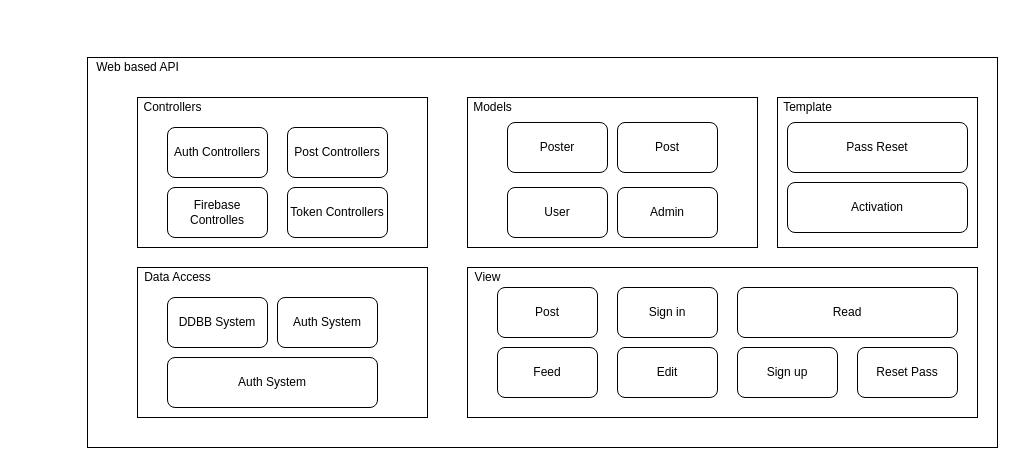
Above: Decomposition Style Web based API in layers.drawio in LuisG57/job_system (draw.io), before the change. Source tidied: cells renumbered, new cells numbered last; positions are measured from the earlier drawing's top-left corner, leaving out a move shared by most shapes. Both pictures are drawn from the tidied source at 100%, with x=0, y=0 at pixel (87, 57).
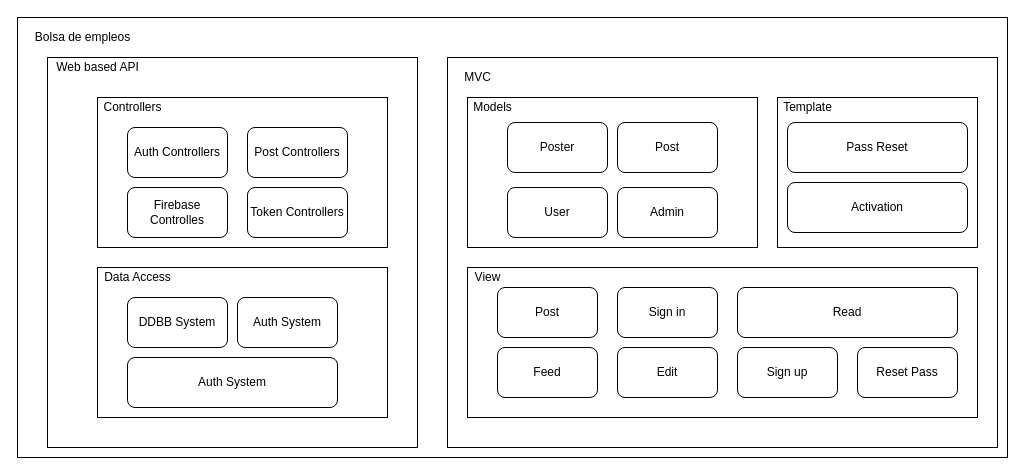
The same page after the edit.

The edit, as a diff of the source:
```diff
@@
+    <mxCell id="34" style="rounded=0;whiteSpace=wrap;html=1;" parent="1" vertex="1">
+      <mxGeometry x="-70" y="-40" width="990" height="440" as="geometry" />
+    </mxCell>
+    <mxCell id="35" style="rounded=0;whiteSpace=wrap;html=1;" parent="1" vertex="1">
+      <mxGeometry x="360" width="550" height="390" as="geometry" />
+    </mxCell>
     <mxCell id="2" style="rounded=0;whiteSpace=wrap;html=1;" parent="1" vertex="1">
-      <mxGeometry width="910" height="390" as="geometry" />
+      <mxGeometry x="-40" width="370" height="390" as="geometry" />
     </mxCell>
     <mxCell id="3" style="rounded=0;whiteSpace=wrap;html=1;" parent="1" vertex="1">
-      <mxGeometry x="50" y="40" width="290" height="150" as="geometry" />
+      <mxGeometry x="10" y="40" width="290" height="150" as="geometry" />
     </mxCell>
@@
     <mxCell id="5" style="rounded=0;whiteSpace=wrap;html=1;" parent="1" vertex="1">
-      <mxGeometry x="50" y="210" width="290" height="150" as="geometry" />
+      <mxGeometry x="10" y="210" width="290" height="150" as="geometry" />
     </mxCell>
     <mxCell id="6" value="Firebase Controlles" style="rounded=1;whiteSpace=wrap;html=1;" parent="1" vertex="1">
-      <mxGeometry x="80" y="130" width="100" height="50" as="geometry" />
+      <mxGeometry x="40" y="130" width="100" height="50" as="geometry" />
     </mxCell>
@@
     <mxCell id="9" value="Controllers" style="text;html=1;align=center;verticalAlign=middle;strokeColor=none;" parent="1" vertex="1">
-      <mxGeometry x="50" y="40" width="70" height="20" as="geometry" />
+      <mxGeometry x="10" y="40" width="70" height="20" as="geometry" />
     </mxCell>
     <mxCell id="10" value="Data Access" style="text;html=1;align=center;verticalAlign=middle;strokeColor=none;" parent="1" vertex="1">
-      <mxGeometry x="50" y="210" width="80" height="20" as="geometry" />
+      <mxGeometry x="10" y="210" width="80" height="20" as="geometry" />
     </mxCell>
     <mxCell id="11" value="Web based API" style="text;html=1;align=center;verticalAlign=middle;strokeColor=none;" parent="1" vertex="1">
-      <mxGeometry width="100" height="20" as="geometry" />
+      <mxGeometry x="-40" width="100" height="20" as="geometry" />
     </mxCell>
@@
     <mxCell id="28" value="DDBB System" style="rounded=1;whiteSpace=wrap;html=1;" parent="1" vertex="1">
-      <mxGeometry x="80" y="240" width="100" height="50" as="geometry" />
+      <mxGeometry x="40" y="240" width="100" height="50" as="geometry" />
     </mxCell>
     <mxCell id="29" value="Auth System" style="rounded=1;whiteSpace=wrap;html=1;" parent="1" vertex="1">
-      <mxGeometry x="80" y="300" width="210" height="50" as="geometry" />
+      <mxGeometry x="40" y="300" width="210" height="50" as="geometry" />
     </mxCell>
     <mxCell id="30" value="Auth System" style="rounded=1;whiteSpace=wrap;html=1;" parent="1" vertex="1">
-      <mxGeometry x="190" y="240" width="100" height="50" as="geometry" />
+      <mxGeometry x="150" y="240" width="100" height="50" as="geometry" />
     </mxCell>
     <mxCell id="31" value="Auth Controllers" style="rounded=1;whiteSpace=wrap;html=1;" parent="1" vertex="1">
-      <mxGeometry x="80" y="70" width="100" height="50" as="geometry" />
+      <mxGeometry x="40" y="70" width="100" height="50" as="geometry" />
     </mxCell>
     <mxCell id="32" value="Token Controllers" style="rounded=1;whiteSpace=wrap;html=1;" parent="1" vertex="1">
-      <mxGeometry x="200" y="130" width="100" height="50" as="geometry" />
+      <mxGeometry x="160" y="130" width="100" height="50" as="geometry" />
     </mxCell>
     <mxCell id="33" value="Post Controllers" style="rounded=1;whiteSpace=wrap;html=1;" parent="1" vertex="1">
-      <mxGeometry x="200" y="70" width="100" height="50" as="geometry" />
+      <mxGeometry x="160" y="70" width="100" height="50" as="geometry" />
     </mxCell>
+    <mxCell id="36" value="MVC" style="text;html=1;align=center;verticalAlign=middle;strokeColor=none;" parent="1" vertex="1">
+      <mxGeometry x="370" y="10" width="40" height="20" as="geometry" />
+    </mxCell>
+    <mxCell id="37" value="Bolsa de empleos" style="text;html=1;align=center;verticalAlign=middle;strokeColor=none;" parent="1" vertex="1">
+      <mxGeometry x="-60" y="-30" width="110" height="20" as="geometry" />
+    </mxCell>
```
